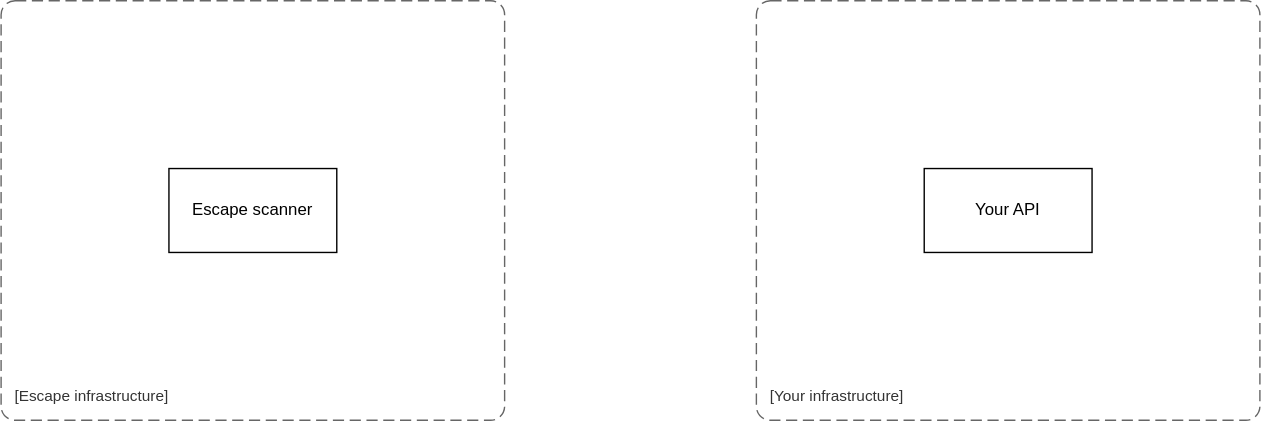
Escape-Technologies/docs keeps this draw.io diagram as docs/03-cookbooks/img/repeater.drawio.svg. Above is the earlier version. Source tidied: cells renumbered, new cells last; positions are measured from the earlier drawing's top-left corner, leaving out a move shared by most shapes.
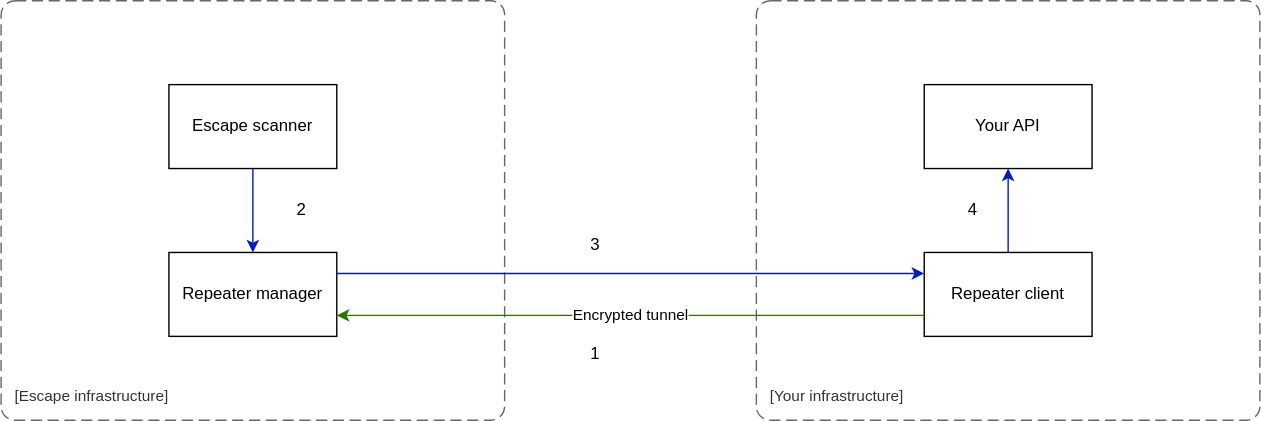
Later version of the same file.

Commit message:
feat: real schema

What changed in the source:
```diff
@@ -2,21 +2,56 @@
   <root>
     <mxCell id="0" />
     <mxCell id="1" parent="0" />
+    <object id="4" label="&lt;font style=&quot;font-size: 16px&quot;&gt;&lt;b&gt;&lt;div style=&quot;text-align: left&quot;&gt;%c4Name%&lt;/div&gt;&lt;/b&gt;&lt;/font&gt;&lt;div style=&quot;text-align: left&quot;&gt;[%c4Application%]&lt;/div&gt;" c4Application="Escape infrastructure" c4Name="" c4Type="" placeholders="1">
+      <mxCell style="rounded=1;fontSize=11;whiteSpace=wrap;html=1;dashed=1;arcSize=20;fillColor=none;strokeColor=#666666;fontColor=#333333;labelBackgroundColor=none;align=left;verticalAlign=bottom;labelBorderColor=none;spacingTop=0;spacing=10;dashPattern=8 4;perimeter=rectanglePerimeter;noLabel=0;labelPadding=0;absoluteArcSize=1;" parent="1" vertex="1">
+        <mxGeometry width="360" height="300" as="geometry" />
+      </mxCell>
+    </object>
+    <object id="5" label="&lt;font style=&quot;font-size: 16px&quot;&gt;&lt;b&gt;&lt;div style=&quot;text-align: left&quot;&gt;%c4Name%&lt;/div&gt;&lt;/b&gt;&lt;/font&gt;&lt;div style=&quot;text-align: left&quot;&gt;[%c4Application%]&lt;/div&gt;" c4Application="Your infrastructure" c4Name="" c4Type="" placeholders="1">
+      <mxCell style="rounded=1;fontSize=11;whiteSpace=wrap;html=1;dashed=1;arcSize=20;fillColor=none;strokeColor=#666666;fontColor=#333333;labelBackgroundColor=none;align=left;verticalAlign=bottom;labelBorderColor=none;spacingTop=0;spacing=10;dashPattern=8 4;perimeter=rectanglePerimeter;noLabel=0;labelPadding=0;absoluteArcSize=1;" parent="1" vertex="1">
+        <mxGeometry x="540" width="360" height="300" as="geometry" />
+      </mxCell>
+    </object>
     <mxCell id="2" value="Escape scanner" style="rounded=0;whiteSpace=wrap;html=1;" parent="1" vertex="1">
-      <mxGeometry x="120" y="120" width="120" height="60" as="geometry" />
+      <mxGeometry x="120" y="60" width="120" height="60" as="geometry" />
     </mxCell>
     <mxCell id="3" value="Your API" style="rounded=0;whiteSpace=wrap;html=1;" parent="1" vertex="1">
-      <mxGeometry x="660" y="120" width="120" height="60" as="geometry" />
+      <mxGeometry x="660" y="60" width="120" height="60" as="geometry" />
     </mxCell>
-    <object id="4" label="&lt;font style=&quot;font-size: 16px&quot;&gt;&lt;b&gt;&lt;div style=&quot;text-align: left&quot;&gt;%c4Name%&lt;/div&gt;&lt;/b&gt;&lt;/font&gt;&lt;div style=&quot;text-align: left&quot;&gt;[%c4Application%]&lt;/div&gt;" c4Application="Escape infrastructure" c4Name="" c4Type="" placeholders="1">
-      <mxCell style="rounded=1;fontSize=11;whiteSpace=wrap;html=1;dashed=1;arcSize=20;fillColor=none;strokeColor=#666666;fontColor=#333333;labelBackgroundColor=none;align=left;verticalAlign=bottom;labelBorderColor=none;spacingTop=0;spacing=10;dashPattern=8 4;perimeter=rectanglePerimeter;noLabel=0;labelPadding=0;absoluteArcSize=1;" parent="1" vertex="1">
-        <mxGeometry width="360" height="300" as="geometry" />
-      </mxCell>
-    </object>
-    <object id="5" label="&lt;font style=&quot;font-size: 16px&quot;&gt;&lt;b&gt;&lt;div style=&quot;text-align: left&quot;&gt;%c4Name%&lt;/div&gt;&lt;/b&gt;&lt;/font&gt;&lt;div style=&quot;text-align: left&quot;&gt;[%c4Application%]&lt;/div&gt;" c4Application="Your infrastructure" c4Name="" c4Type="" placeholders="1">
-      <mxCell style="rounded=1;fontSize=11;whiteSpace=wrap;html=1;dashed=1;arcSize=20;fillColor=none;strokeColor=#666666;fontColor=#333333;labelBackgroundColor=none;align=left;verticalAlign=bottom;labelBorderColor=none;spacingTop=0;spacing=10;dashPattern=8 4;perimeter=rectanglePerimeter;noLabel=0;labelPadding=0;absoluteArcSize=1;" parent="1" vertex="1">
-        <mxGeometry x="540" width="360" height="300" as="geometry" />
-      </mxCell>
-    </object>
+    <mxCell id="6" value="Repeater manager" style="rounded=0;whiteSpace=wrap;html=1;" parent="1" vertex="1">
+      <mxGeometry x="120" y="180" width="120" height="60" as="geometry" />
+    </mxCell>
+    <mxCell id="7" value="Repeater client" style="rounded=0;whiteSpace=wrap;html=1;" parent="1" vertex="1">
+      <mxGeometry x="660" y="180" width="120" height="60" as="geometry" />
+    </mxCell>
+    <mxCell id="8" style="endArrow=classic;html=1;exitX=0;exitY=0.75;exitDx=0;exitDy=0;entryX=1;entryY=0.75;entryDx=0;entryDy=0;fillColor=#60a917;strokeColor=#2D7600;" parent="1" edge="1" source="7" target="6">
+      <mxGeometry relative="1" as="geometry" />
+    </mxCell>
+    <mxCell id="9" value="&lt;div class=&quot;lRu31&quot;&gt;&lt;span lang=&quot;en&quot; class=&quot;HwtZe&quot;&gt;Encrypted tunnel&lt;/span&gt;&lt;span class=&quot;ZSCsVd&quot;&gt;&lt;/span&gt;&lt;/div&gt;" style="edgeLabel;html=1;align=center;verticalAlign=middle;" parent="8" vertex="1">
+      <mxGeometry x="0.04" y="1" relative="1" as="geometry">
+        <mxPoint x="8" y="-1" as="offset" />
+      </mxGeometry>
+    </mxCell>
+    <mxCell id="10" style="endArrow=classic;html=1;exitX=0.5;exitY=1;exitDx=0;exitDy=0;entryX=0.5;entryY=0;entryDx=0;entryDy=0;fillColor=#0050ef;strokeColor=#001DBC;" parent="1" edge="1" source="2" target="6">
+      <mxGeometry relative="1" as="geometry" />
+    </mxCell>
+    <mxCell id="11" style="endArrow=classic;html=1;entryX=0;entryY=0.25;entryDx=0;entryDy=0;fillColor=#0050ef;strokeColor=#001DBC;exitX=1;exitY=0.25;exitDx=0;exitDy=0;" parent="1" edge="1" source="6" target="7">
+      <mxGeometry relative="1" as="geometry" />
+    </mxCell>
+    <mxCell id="12" style="endArrow=classic;html=1;exitX=0.5;exitY=0;exitDx=0;exitDy=0;entryX=0.5;entryY=1;entryDx=0;entryDy=0;fillColor=#0050ef;strokeColor=#001DBC;" parent="1" edge="1" source="7" target="3">
+      <mxGeometry relative="1" as="geometry" />
+    </mxCell>
+    <mxCell id="13" value="1" style="text;html=1;strokeColor=none;fillColor=none;align=center;verticalAlign=middle;whiteSpace=wrap;rounded=0;" parent="1" vertex="1">
+      <mxGeometry x="410" y="238" width="30" height="30" as="geometry" />
+    </mxCell>
+    <mxCell id="14" value="2" style="text;html=1;strokeColor=none;fillColor=none;align=center;verticalAlign=middle;whiteSpace=wrap;rounded=0;" parent="1" vertex="1">
+      <mxGeometry x="200" y="135" width="30" height="30" as="geometry" />
+    </mxCell>
+    <mxCell id="15" value="4" style="text;html=1;strokeColor=none;fillColor=none;align=center;verticalAlign=middle;whiteSpace=wrap;rounded=0;" parent="1" vertex="1">
+      <mxGeometry x="680" y="135" width="30" height="30" as="geometry" />
+    </mxCell>
+    <mxCell id="16" value="3" style="text;html=1;strokeColor=none;fillColor=none;align=center;verticalAlign=middle;whiteSpace=wrap;rounded=0;" parent="1" vertex="1">
+      <mxGeometry x="410" y="160" width="30" height="30" as="geometry" />
+    </mxCell>
   </root>
 </mxGraphModel>
```
